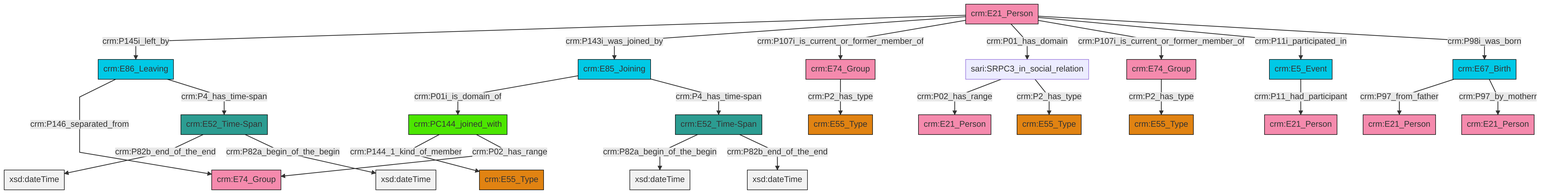
This is et/personCSV/ttl/mmd/png/Person_Actor_Relations.png from swiss-art-research-net/reference-data-models, a Mermaid export, as it was before one commit. Its source is kept beside it as et/personCSV/ttl/mmd/Person_Actor_Relations.ttl.mmd.
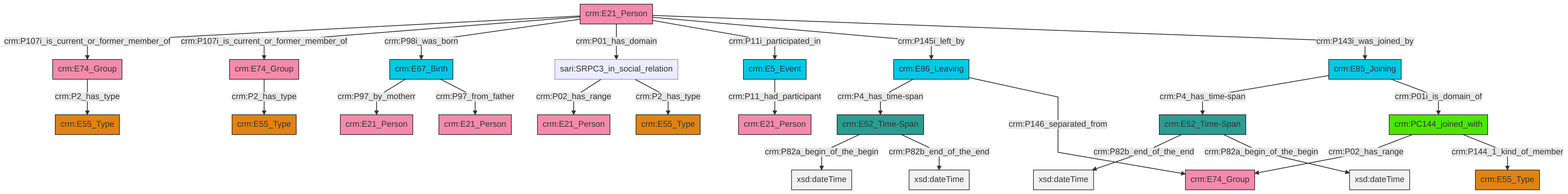
After the change.

Diff of the diagram source:
```diff
@@ -13,27 +13,27 @@
 classDef PC_Classes fill:#4ce600, stroke:#000000;
 classDef Multi fill:#cccccc,stroke:#000000;
 
-0["crm:E74_Group"]:::Actor -->|crm:P2_has_type| 1["crm:E55_Type"]:::Type
-6["crm:E52_Time-Span"]:::Time-Span -->|crm:P82a_begin_of_the_begin| 7[xsd:dateTime]:::Literal
-15["sari:SRPC3_in_social_relation"]:::Default -->|crm:P02_has_range| 16["crm:E21_Person"]:::Actor
-15["sari:SRPC3_in_social_relation"]:::Default -->|crm:P2_has_type| 17["crm:E55_Type"]:::Type
-18["crm:E21_Person"]:::Actor -->|crm:P145i_left_by| 19["crm:E86_Leaving"]:::Temporal_Entity
-2["crm:E85_Joining"]:::Temporal_Entity -->|crm:P01i_is_domain_of| 20["crm:PC144_joined_with"]:::PC_Classes
-8["crm:E67_Birth"]:::Temporal_Entity -->|crm:P97_from_father| 21["crm:E21_Person"]:::Actor
-11["crm:E52_Time-Span"]:::Time-Span -->|crm:P82b_end_of_the_end| 25[xsd:dateTime]:::Literal
-18["crm:E21_Person"]:::Actor -->|crm:P143i_was_joined_by| 2["crm:E85_Joining"]:::Temporal_Entity
-20["crm:PC144_joined_with"]:::PC_Classes -->|crm:P144_1_kind_of_member| 13["crm:E55_Type"]:::Type
-18["crm:E21_Person"]:::Actor -->|crm:P107i_is_current_or_former_member_of| 27["crm:E74_Group"]:::Actor
-18["crm:E21_Person"]:::Actor -->|crm:P01_has_domain| 15["sari:SRPC3_in_social_relation"]:::Default
-18["crm:E21_Person"]:::Actor -->|crm:P107i_is_current_or_former_member_of| 0["crm:E74_Group"]:::Actor
-2["crm:E85_Joining"]:::Temporal_Entity -->|crm:P4_has_time-span| 6["crm:E52_Time-Span"]:::Time-Span
-34["crm:E5_Event"]:::Temporal_Entity -->|crm:P11_had_participant| 35["crm:E21_Person"]:::Actor
-18["crm:E21_Person"]:::Actor -->|crm:P11i_participated_in| 34["crm:E5_Event"]:::Temporal_Entity
-8["crm:E67_Birth"]:::Temporal_Entity -->|crm:P97_by_motherr| 40["crm:E21_Person"]:::Actor
-19["crm:E86_Leaving"]:::Temporal_Entity -->|crm:P146_separated_from| 30["crm:E74_Group"]:::Actor
-6["crm:E52_Time-Span"]:::Time-Span -->|crm:P82b_end_of_the_end| 42[xsd:dateTime]:::Literal
-20["crm:PC144_joined_with"]:::PC_Classes -->|crm:P02_has_range| 30["crm:E74_Group"]:::Actor
-27["crm:E74_Group"]:::Actor -->|crm:P2_has_type| 4["crm:E55_Type"]:::Type
-18["crm:E21_Person"]:::Actor -->|crm:P98i_was_born| 8["crm:E67_Birth"]:::Temporal_Entity
-19["crm:E86_Leaving"]:::Temporal_Entity -->|crm:P4_has_time-span| 11["crm:E52_Time-Span"]:::Time-Span
-11["crm:E52_Time-Span"]:::Time-Span -->|crm:P82a_begin_of_the_begin| 46[xsd:dateTime]:::Literal
+0["crm:E67_Birth"]:::Temporal_Entity -->|crm:P97_by_motherr| 1["crm:E21_Person"]:::Actor
+0["crm:E67_Birth"]:::Temporal_Entity -->|crm:P97_from_father| 2["crm:E21_Person"]:::Actor
+3["crm:E52_Time-Span"]:::Time-Span -->|crm:P82b_end_of_the_end| 4[xsd:dateTime]:::Literal
+5["crm:E85_Joining"]:::Temporal_Entity -->|crm:P4_has_time-span| 3["crm:E52_Time-Span"]:::Time-Span
+8["crm:E86_Leaving"]:::Temporal_Entity -->|crm:P4_has_time-span| 9["crm:E52_Time-Span"]:::Time-Span
+10["crm:E21_Person"]:::Actor -->|crm:P107i_is_current_or_former_member_of| 11["crm:E74_Group"]:::Actor
+10["crm:E21_Person"]:::Actor -->|crm:P107i_is_current_or_former_member_of| 14["crm:E74_Group"]:::Actor
+10["crm:E21_Person"]:::Actor -->|crm:P98i_was_born| 0["crm:E67_Birth"]:::Temporal_Entity
+3["crm:E52_Time-Span"]:::Time-Span -->|crm:P82a_begin_of_the_begin| 15[xsd:dateTime]:::Literal
+10["crm:E21_Person"]:::Actor -->|crm:P01_has_domain| 17["sari:SRPC3_in_social_relation"]:::Default
+10["crm:E21_Person"]:::Actor -->|crm:P11i_participated_in| 18["crm:E5_Event"]:::Temporal_Entity
+19["crm:PC144_joined_with"]:::PC_Classes -->|crm:P02_has_range| 6["crm:E74_Group"]:::Actor
+8["crm:E86_Leaving"]:::Temporal_Entity -->|crm:P146_separated_from| 6["crm:E74_Group"]:::Actor
+18["crm:E5_Event"]:::Temporal_Entity -->|crm:P11_had_participant| 12["crm:E21_Person"]:::Actor
+19["crm:PC144_joined_with"]:::PC_Classes -->|crm:P144_1_kind_of_member| 21["crm:E55_Type"]:::Type
+17["sari:SRPC3_in_social_relation"]:::Default -->|crm:P02_has_range| 31["crm:E21_Person"]:::Actor
+10["crm:E21_Person"]:::Actor -->|crm:P145i_left_by| 8["crm:E86_Leaving"]:::Temporal_Entity
+11["crm:E74_Group"]:::Actor -->|crm:P2_has_type| 34["crm:E55_Type"]:::Type
+10["crm:E21_Person"]:::Actor -->|crm:P143i_was_joined_by| 5["crm:E85_Joining"]:::Temporal_Entity
+14["crm:E74_Group"]:::Actor -->|crm:P2_has_type| 27["crm:E55_Type"]:::Type
+9["crm:E52_Time-Span"]:::Time-Span -->|crm:P82a_begin_of_the_begin| 38[xsd:dateTime]:::Literal
+5["crm:E85_Joining"]:::Temporal_Entity -->|crm:P01i_is_domain_of| 19["crm:PC144_joined_with"]:::PC_Classes
+9["crm:E52_Time-Span"]:::Time-Span -->|crm:P82b_end_of_the_end| 45[xsd:dateTime]:::Literal
+17["sari:SRPC3_in_social_relation"]:::Default -->|crm:P2_has_type| 42["crm:E55_Type"]:::Type
```
